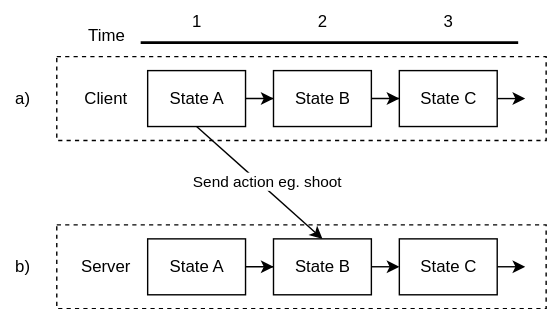
Above: docs/diagrams/related-lag-compensation.svg in phisn/algebraic-server-reconciliation (draw.io), before the change. Source tidied: cells renumbered, new cells last; positions are measured from the earlier drawing's top-left corner, leaving out a move shared by most shapes.
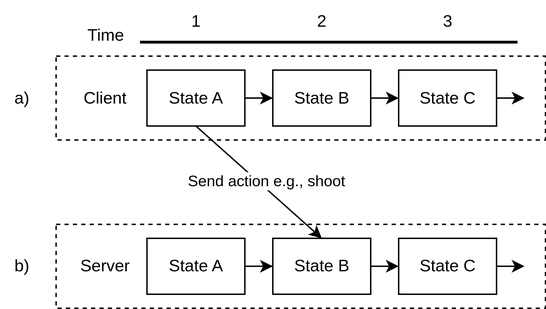
The same diagram one commit later.

The edit, as a diff of the source:
```diff
@@ -53,7 +53,7 @@
     <mxCell id="16" style="endArrow=classic;html=1;rounded=0;exitX=0.5;exitY=1;exitDx=0;exitDy=0;entryX=0.5;entryY=0;entryDx=0;entryDy=0;" parent="1" edge="1" source="5" target="13">
       <mxGeometry relative="1" as="geometry" />
     </mxCell>
-    <mxCell id="17" value="Send action eg. shoot" style="edgeLabel;html=1;align=center;verticalAlign=middle;" parent="16" vertex="1">
+    <mxCell id="17" value="Send action e.g., shoot" style="edgeLabel;html=1;align=center;verticalAlign=middle;" parent="16" vertex="1">
       <mxGeometry x="-0.07" y="-2" relative="1" as="geometry">
         <mxPoint x="9" as="offset" />
       </mxGeometry>
```
